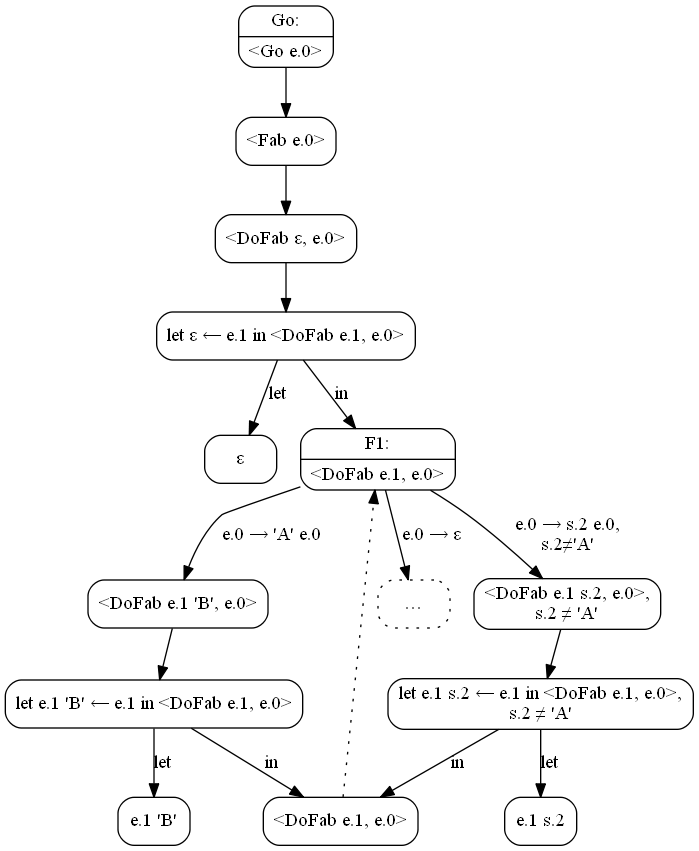
Above: pics/1090-fab-dofab.png in Mazdaywik/mazdaywik.github.io (Graphviz), before the change. Its source is kept beside it as pics/1090-fab-dofab.dot. The source it was exported from:
```dot
digraph {
  node [shape=box, style=rounded];

  C0 [shape=record, label="{Go:|\<Go e.0\>}"];
  C1 [label="<Fab e.0>"];
  C0 -> C1;
  C2 [label="<DoFab ε, e.0>"];
  C1 -> C2;
  C3 [label="let ε ← e.1 in <DoFab e.1, e.0>"];
  C2 -> C3;
  C4 [label="ε"];
  C3 -> C4 [label="let"];
  C5 [shape=record, label="{F1:|\<DoFab e.1, e.0\>}"];
  C3 -> C5 [label="in"];
  C6 [label="<DoFab e.1 'B', e.0>"];
  C5 -> C6 [label="e.0 → 'A' e.0"];
  C7 [label="<DoFab e.1 s.2, e.0>,\ns.2 ≠ 'A'"];
  C5 -> C7 [label="e.0 → s.2 e.0,\ns.2≠'A'"];
  C8 [label="…", style="rounded,dotted"];
  C5 -> C8 [label="e.0 → ε"];
  C9 [label="let e.1 'B' ← e.1 in <DoFab e.1, e.0>"];
  C6 -> C9;
  C10 [label="e.1 'B'"];
  C9 -> C10 [label="let"];
  C11 [label="<DoFab e.1, e.0>"];
  C9 -> C11 [label="in"];
  C11 -> C5 [style="dotted"];
  C12 [label="let e.1 s.2 ← e.1 in <DoFab e.1, e.0>,\ns.2 ≠ 'A'"];
  C7 -> C12;
  C13 [label="e.1 s.2"];
  C12 -> C13 [label="let"];
  C12 -> C11 [label="in"];
}
```
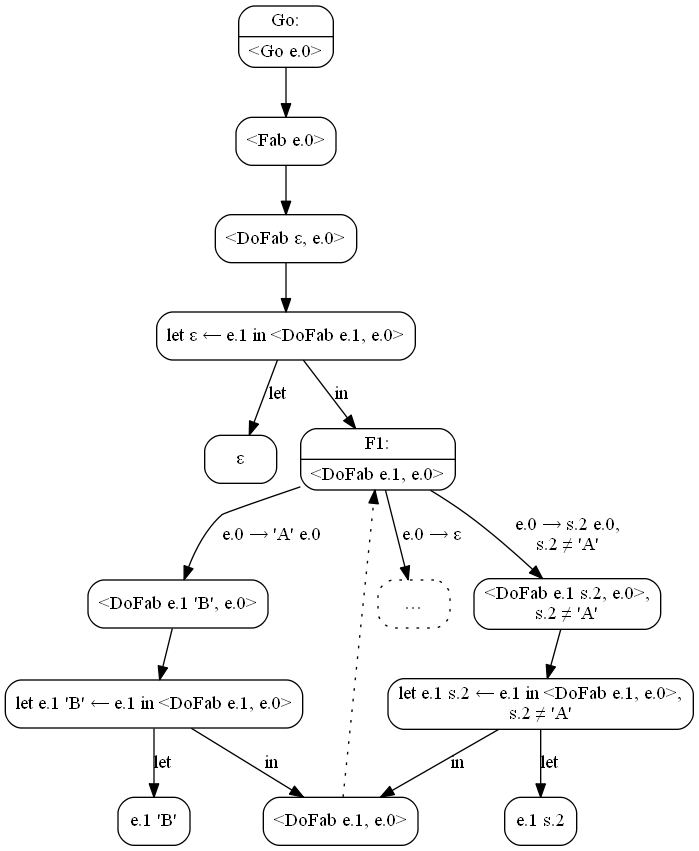
After the commit.

The edit, as a diff of the source:
```diff
@@ -15,7 +15,7 @@
   C6 [label="<DoFab e.1 'B', e.0>"];
   C5 -> C6 [label="e.0 → 'A' e.0"];
   C7 [label="<DoFab e.1 s.2, e.0>,\ns.2 ≠ 'A'"];
-  C5 -> C7 [label="e.0 → s.2 e.0,\ns.2≠'A'"];
+  C5 -> C7 [label="e.0 → s.2 e.0,\ns.2 ≠ 'A'"];
   C8 [label="…", style="rounded,dotted"];
   C5 -> C8 [label="e.0 → ε"];
   C9 [label="let e.1 'B' ← e.1 in <DoFab e.1, e.0>"];
```
